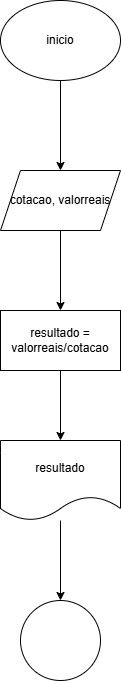
Above: variaveis.operadores.aritmeticos/conversaomoeda.drawio.png in arturl1910/PA_python (draw.io), before the change. Source tidied: cells renumbered, new cells last; positions are measured from the earlier drawing's top-left corner, leaving out a move shared by most shapes.
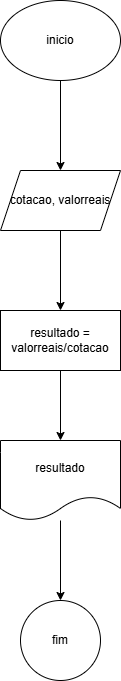
After the commit.

Change to the diagram source:
```diff
@@ -26,7 +26,7 @@
     <mxCell id="9" value="resultado" style="shape=document;whiteSpace=wrap;html=1;boundedLbl=1;" parent="1" vertex="1">
       <mxGeometry y="440" width="120" height="80" as="geometry" />
     </mxCell>
-    <mxCell id="10" style="ellipse;whiteSpace=wrap;html=1;" parent="1" vertex="1">
+    <mxCell id="10" value="fim" style="ellipse;whiteSpace=wrap;html=1;" parent="1" vertex="1">
       <mxGeometry x="20" y="600" width="80" height="80" as="geometry" />
     </mxCell>
   </root>
```
